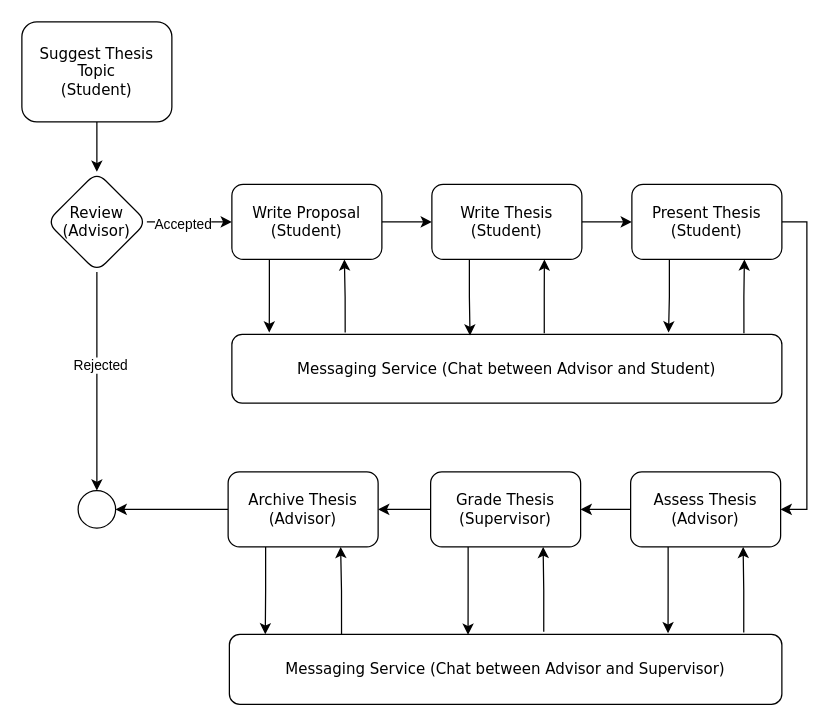
Earlier version of the draw.io diagram existing-process.drawio (fabian-emilius/bachelor-thesis-charts). Source tidied: cells renumbered, new cells numbered last; positions are measured from the earlier drawing's top-left corner, leaving out a move shared by most shapes. Both pictures are drawn from the tidied source at 125%, with x=0, y=0 at pixel (21, 21).
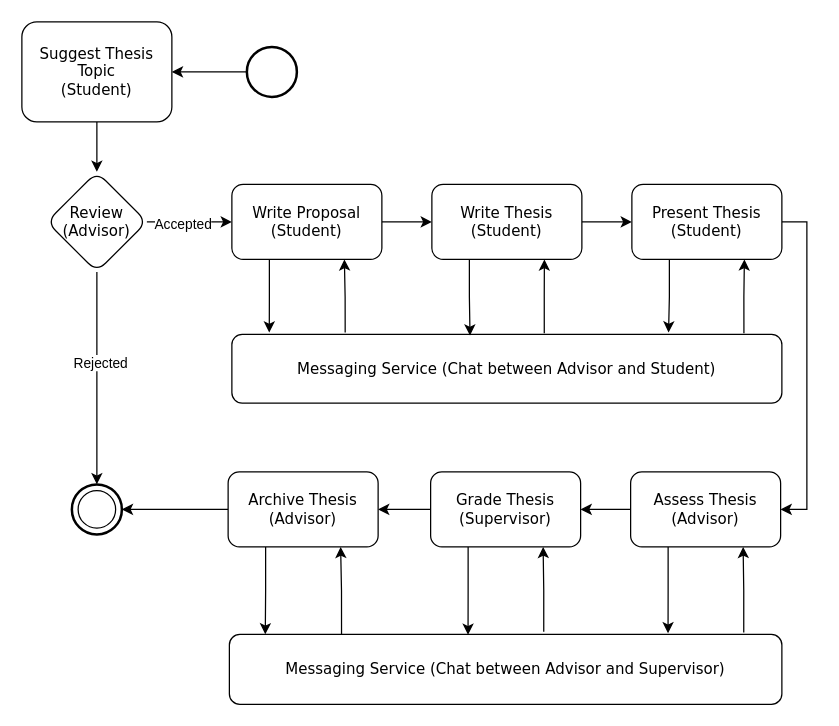
The same page after the edit.

The change refers to these unchanged cells:
```xml
<mxCell id="3" value="Suggest Thesis Topic&lt;div&gt;(Student)&lt;/div&gt;" style="rounded=1;whiteSpace=wrap;html=1;shadow=0;labelBackgroundColor=none;strokeWidth=1;fontFamily=Verdana;fontSize=12;align=center;" parent="1" vertex="1">
  <mxGeometry width="120" height="80" as="geometry" />
</mxCell>
<mxCell id="9" value="Review&lt;div&gt;(Advisor)&lt;/div&gt;" style="rhombus;whiteSpace=wrap;html=1;fontFamily=Verdana;rounded=1;shadow=0;labelBackgroundColor=none;strokeWidth=1;" parent="1" vertex="1">
  <mxGeometry x="20" y="120" width="80" height="80" as="geometry" />
</mxCell>
<mxCell id="21" value="Archive Thesis&lt;div&gt;(Advisor)&lt;/div&gt;" style="whiteSpace=wrap;html=1;fontFamily=Verdana;rounded=1;shadow=0;labelBackgroundColor=none;strokeWidth=1;" parent="1" vertex="1">
  <mxGeometry x="165" y="360" width="120" height="60" as="geometry" />
</mxCell>
```

What changed in the source:
```diff
@@
-    <mxCell id="5" style="edgeStyle=orthogonalEdgeStyle;rounded=0;jettySize=auto;html=1;entryX=0.5;entryY=0;entryDx=0;entryDy=0;" parent="1" edge="1" source="9" target="23">
+    <mxCell id="5" style="edgeStyle=orthogonalEdgeStyle;rounded=0;jettySize=auto;html=1;entryX=0.5;entryY=0;entryDx=0;entryDy=0;entryPerimeter=0;" parent="1" edge="1" source="9" target="38">
       <mxGeometry relative="1" as="geometry" />
     </mxCell>
@@
-    <mxCell id="20" style="edgeStyle=orthogonalEdgeStyle;rounded=0;jettySize=auto;html=1;" parent="1" edge="1" source="21" target="23">
+    <mxCell id="20" style="edgeStyle=orthogonalEdgeStyle;rounded=0;jettySize=auto;html=1;entryX=1;entryY=0.5;entryDx=0;entryDy=0;entryPerimeter=0;" parent="1" edge="1" source="21" target="38">
       <mxGeometry relative="1" as="geometry" />
     </mxCell>
@@
-    <mxCell id="23" style="ellipse;whiteSpace=wrap;html=1;fontFamily=Verdana;rounded=1;shadow=0;labelBackgroundColor=none;strokeWidth=1;" parent="1" vertex="1">
-      <mxGeometry x="45" y="375" width="30" height="30" as="geometry" />
-    </mxCell>
@@
+    <mxCell id="36" style="edgeStyle=orthogonalEdgeStyle;rounded=0;jettySize=auto;html=1;exitX=0;exitY=0.5;exitDx=0;exitDy=0;exitPerimeter=0;entryX=1;entryY=0.5;entryDx=0;entryDy=0;" parent="1" edge="1" source="37" target="3">
+      <mxGeometry relative="1" as="geometry" />
+    </mxCell>
+    <mxCell id="37" style="strokeWidth=2;html=1;shape=mxgraph.flowchart.start_2;whiteSpace=wrap;" parent="1" vertex="1">
+      <mxGeometry x="180" y="20" width="40" height="40" as="geometry" />
+    </mxCell>
+    <mxCell id="38" style="strokeWidth=2;html=1;shape=mxgraph.flowchart.start_2;whiteSpace=wrap;" parent="1" vertex="1">
+      <mxGeometry x="40" y="370" width="40" height="40" as="geometry" />
+    </mxCell>
+    <mxCell id="23" style="ellipse;whiteSpace=wrap;html=1;fontFamily=Verdana;rounded=1;shadow=0;labelBackgroundColor=none;strokeWidth=1;" parent="1" vertex="1">
+      <mxGeometry x="45" y="375" width="30" height="30" as="geometry" />
+    </mxCell>
```
